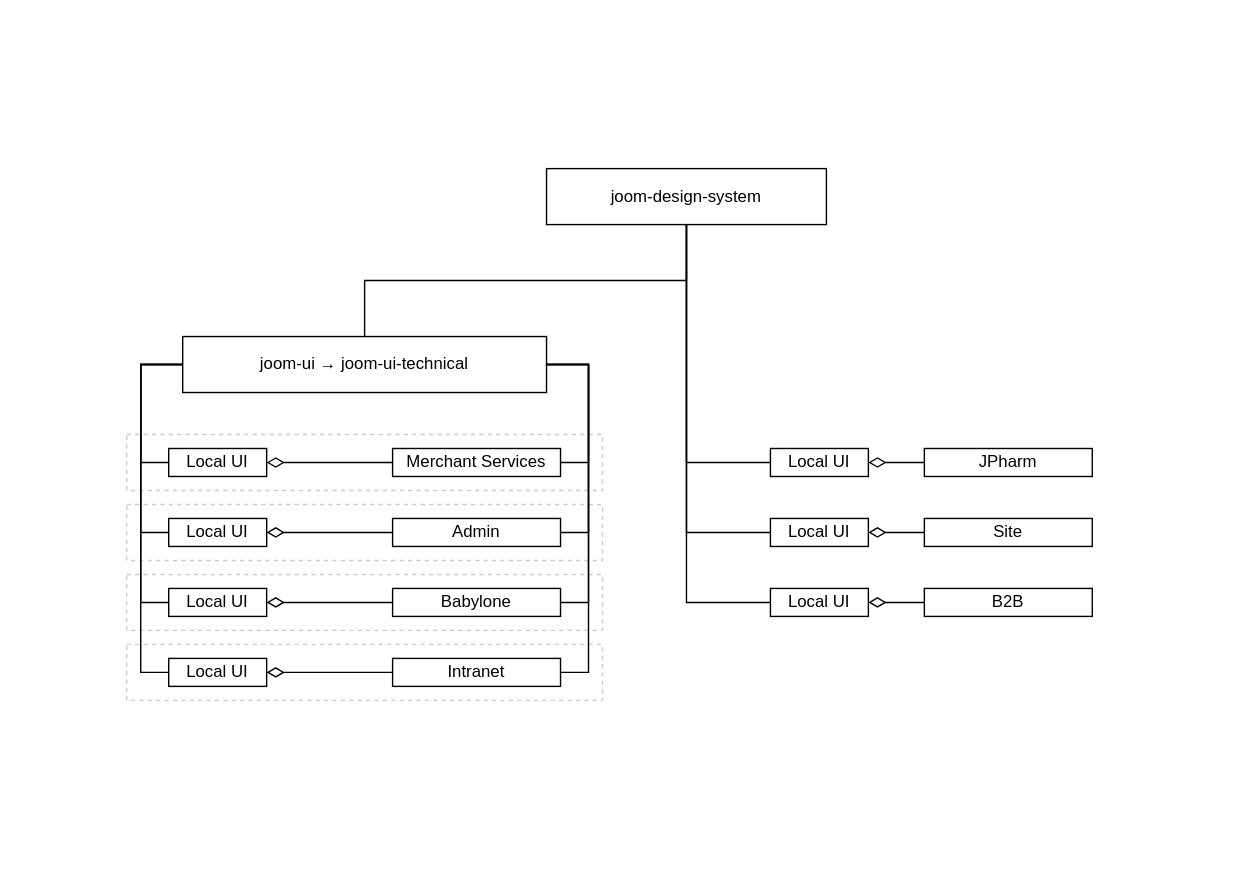
Above: design-system.svg in ajile/draw-io (draw.io), before the change. Source tidied: cells renumbered, new cells last; positions are measured from the earlier drawing's top-left corner, leaving out a move shared by most shapes.
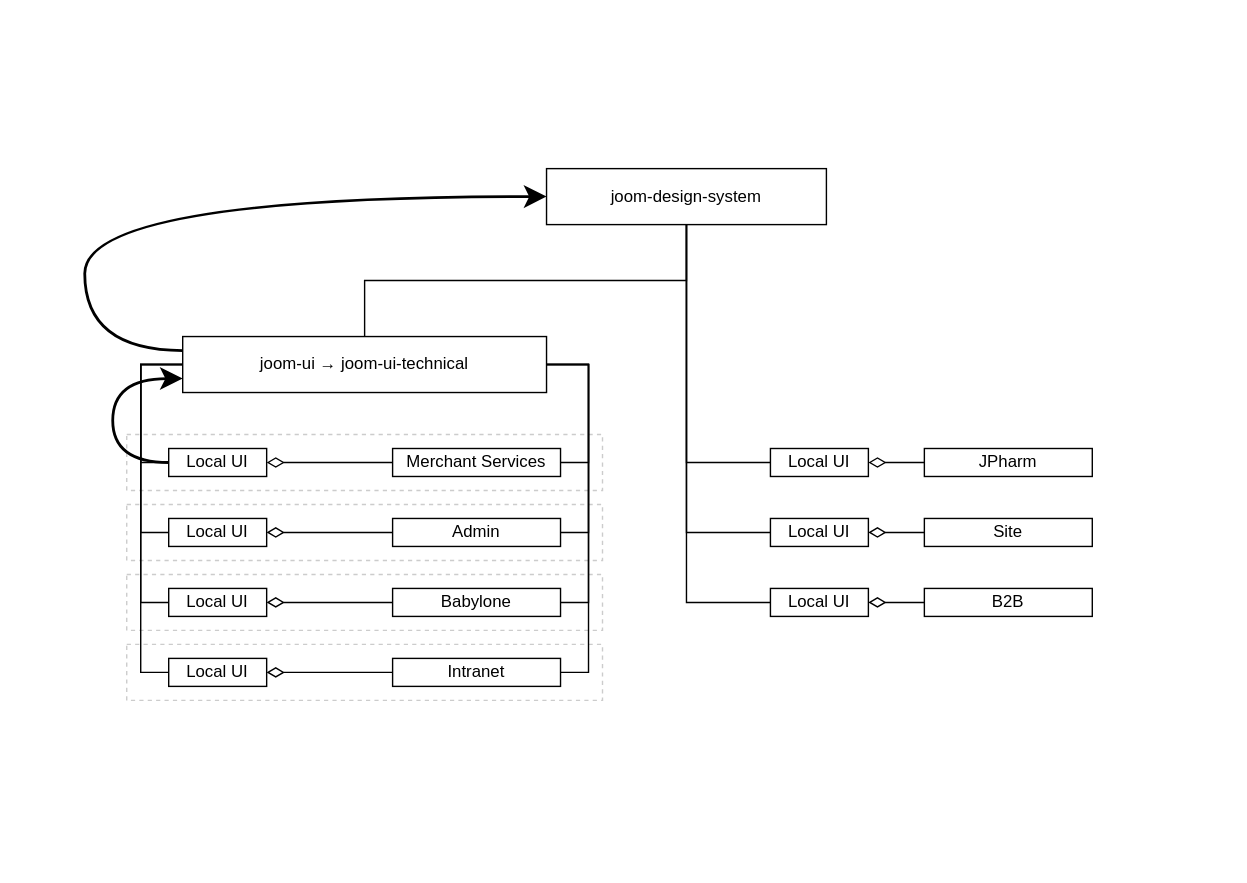
The same diagram one commit later.

Change to the diagram source:
```diff
@@ -24,6 +24,14 @@
     <mxCell id="9" style="edgeStyle=orthogonalEdgeStyle;rounded=0;jettySize=auto;html=1;endArrow=none;endFill=0;startSize=10;endSize=10;exitX=0.5;exitY=0;exitDx=0;exitDy=0;" parent="3" edge="1" source="10" target="8">
       <mxGeometry relative="1" as="geometry" />
     </mxCell>
+    <mxCell id="43" style="edgeStyle=orthogonalEdgeStyle;curved=1;rounded=0;jettySize=auto;html=1;entryX=0;entryY=0.5;entryDx=0;entryDy=0;startSize=10;endArrow=classic;endFill=1;endSize=10;strokeWidth=2;exitX=0;exitY=0.25;exitDx=0;exitDy=0;" parent="3" edge="1" source="10" target="8">
+      <mxGeometry relative="1" as="geometry">
+        <Array as="points">
+          <mxPoint x="60" y="250" />
+          <mxPoint x="60" y="140" />
+        </Array>
+      </mxGeometry>
+    </mxCell>
     <mxCell id="10" value="joom-ui →&amp;nbsp;&lt;span&gt;joom-ui-technical&lt;/span&gt;" style="rounded=0;whiteSpace=wrap;html=1;" parent="3" vertex="1">
       <mxGeometry x="130" y="240" width="260" height="40" as="geometry" />
     </mxCell>
@@ -87,6 +95,14 @@
     <mxCell id="30" style="edgeStyle=orthogonalEdgeStyle;rounded=0;jettySize=auto;html=1;entryX=0;entryY=0.5;entryDx=0;entryDy=0;startSize=10;endArrow=none;endFill=0;endSize=10;exitX=0;exitY=0.5;exitDx=0;exitDy=0;" parent="3" edge="1" source="31" target="10">
       <mxGeometry relative="1" as="geometry" />
     </mxCell>
+    <mxCell id="44" style="edgeStyle=orthogonalEdgeStyle;rounded=0;jettySize=auto;html=1;entryX=0;entryY=0.75;entryDx=0;entryDy=0;startSize=10;endArrow=classic;endFill=1;endSize=10;exitX=0;exitY=0.5;exitDx=0;exitDy=0;curved=1;strokeWidth=2;" parent="3" edge="1" source="31" target="10">
+      <mxGeometry relative="1" as="geometry">
+        <Array as="points">
+          <mxPoint x="80" y="330" />
+          <mxPoint x="80" y="270" />
+        </Array>
+      </mxGeometry>
+    </mxCell>
     <mxCell id="31" value="Local UI" style="rounded=0;whiteSpace=wrap;html=1;" parent="3" vertex="1">
       <mxGeometry x="120" y="320" width="70" height="20" as="geometry" />
     </mxCell>
```
